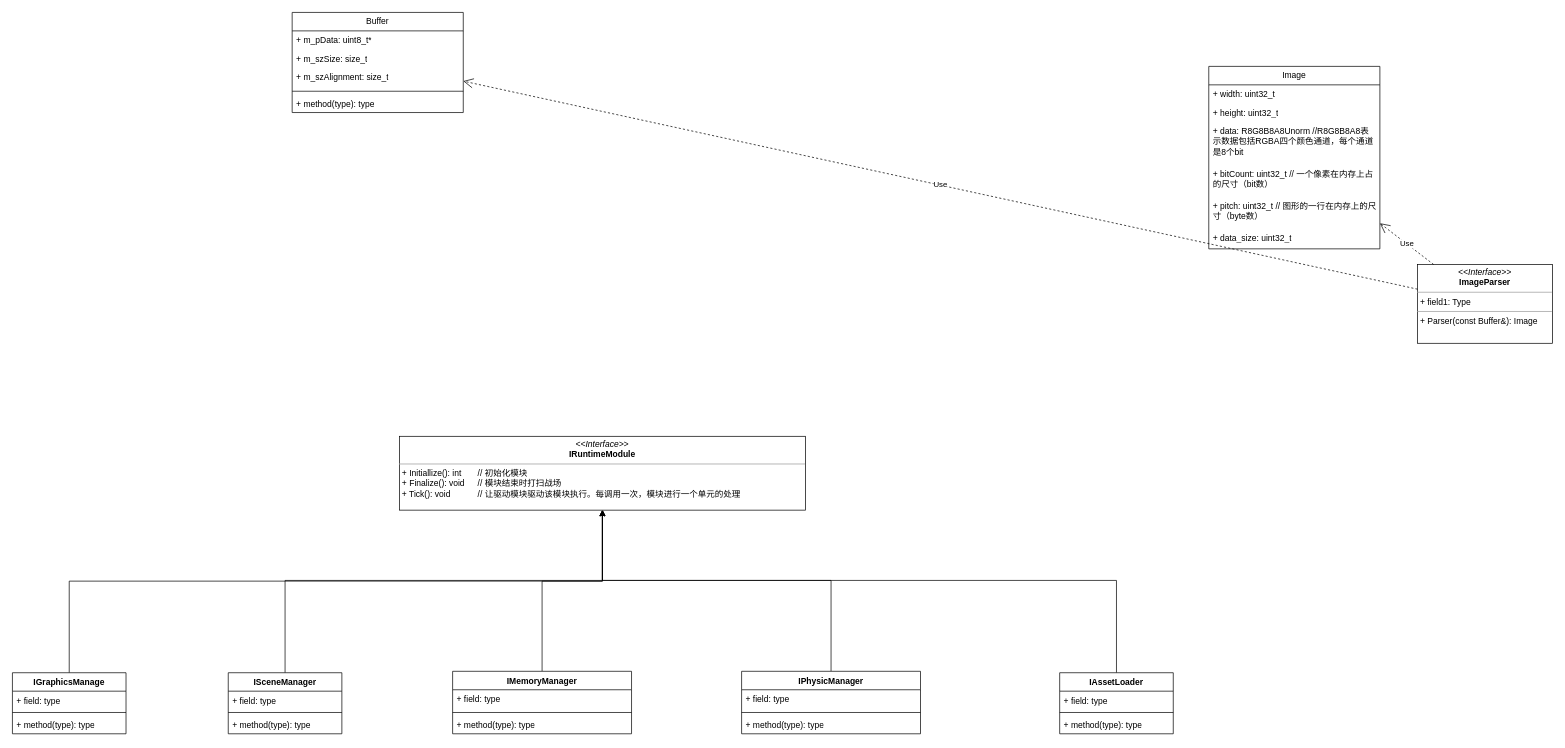
Before: page "总图" (1 of 7) of GameEngine.drawio in yzscodehub/Resource, a draw.io diagram. Source tidied: cells renumbered, new cells numbered last; positions are measured from the earlier drawing's top-left corner, leaving out a move shared by most shapes. Both pictures are drawn from the tidied source at 71%, with x=0, y=0 at pixel (12, 12).
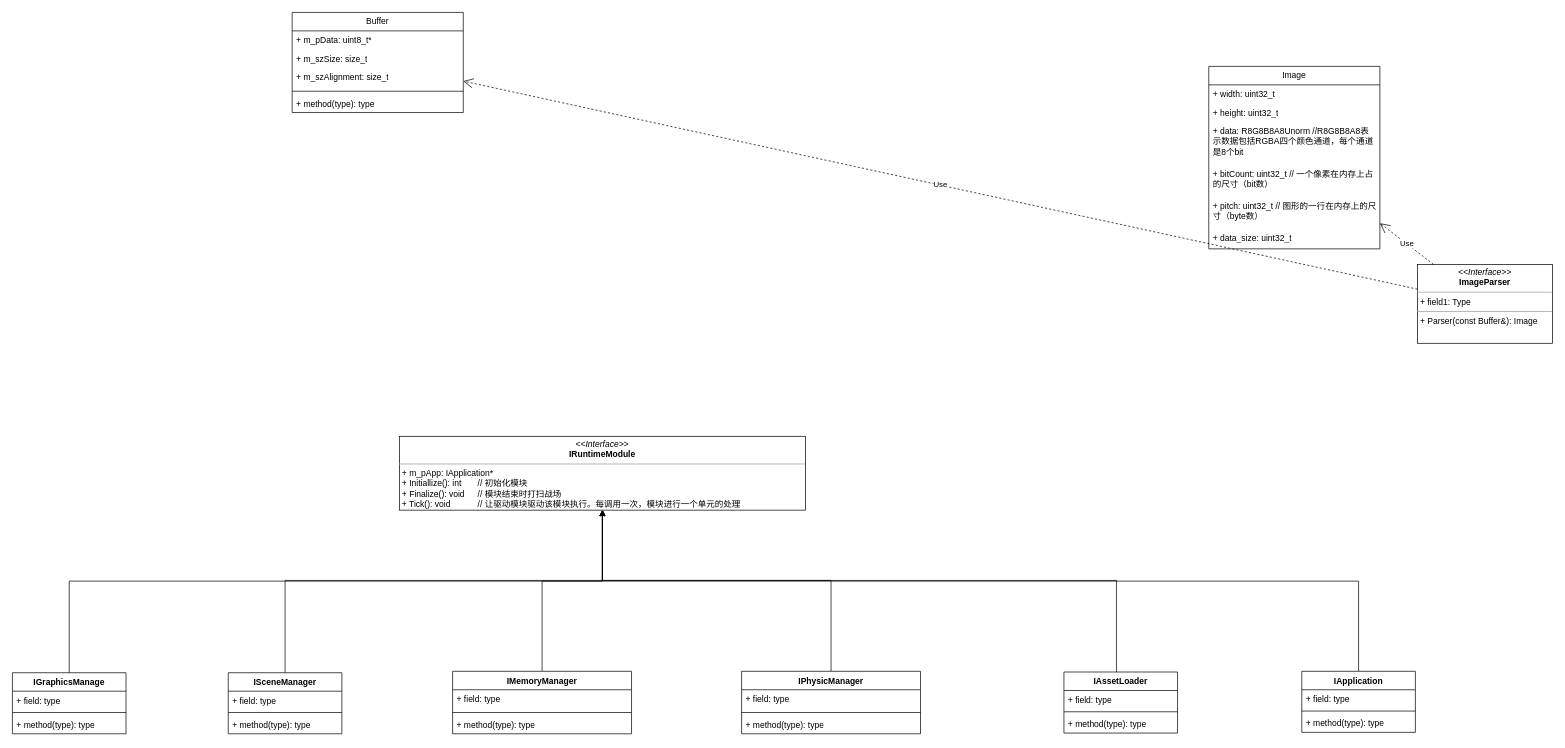
Above is the later version.

The edit, as a diff of the source:
```diff
@@
-    <mxCell id="2" value="&lt;p style=&quot;margin:0px;margin-top:4px;text-align:center;&quot;&gt;&lt;i&gt;&amp;lt;&amp;lt;Interface&amp;gt;&amp;gt;&lt;/i&gt;&lt;br&gt;&lt;b&gt;IRuntimeModule&lt;/b&gt;&lt;/p&gt;&lt;hr size=&quot;1&quot;&gt;&lt;p style=&quot;margin:0px;margin-left:4px;&quot;&gt;+ Initiallize(): int&amp;nbsp;&lt;span style=&quot;&quot;&gt;&lt;span style=&quot;white-space: pre;&quot;&gt;&amp;nbsp;&amp;nbsp;&amp;nbsp;&amp;nbsp;&lt;span style=&quot;white-space: pre;&quot;&gt;&#9;&lt;/span&gt;&lt;/span&gt;&lt;/span&gt;// 初始化模块&lt;br&gt;+ Finalize(): void&lt;span style=&quot;&quot;&gt;&lt;span style=&quot;white-space: pre;&quot;&gt;&amp;nbsp;&amp;nbsp;&amp;nbsp;&lt;span style=&quot;white-space: pre;&quot;&gt;&#9;&lt;/span&gt;&lt;/span&gt;&lt;/span&gt;// 模块结束时打扫战场&lt;/p&gt;&lt;p style=&quot;margin:0px;margin-left:4px;&quot;&gt;+ Tick(): void&amp;nbsp;&lt;span style=&quot;&quot;&gt;&lt;span style=&quot;white-space: pre;&quot;&gt;&amp;nbsp;&amp;nbsp;&amp;nbsp;&amp;nbsp;&lt;/span&gt;&lt;/span&gt;&lt;span style=&quot;&quot;&gt;&lt;span style=&quot;white-space: pre;&quot;&gt;&amp;nbsp;&amp;nbsp;&amp;nbsp;&amp;nbsp;&lt;span style=&quot;white-space: pre;&quot;&gt;&#9;&lt;/span&gt;&lt;/span&gt;&lt;/span&gt;// 让驱动模块驱动该模块执行。每调用一次，模块进行一个单元的处理&lt;/p&gt;" style="verticalAlign=top;align=left;overflow=fill;fontSize=12;fontFamily=Helvetica;html=1;whiteSpace=wrap;" parent="1" vertex="1">
+    <mxCell id="2" value="&lt;p style=&quot;margin:0px;margin-top:4px;text-align:center;&quot;&gt;&lt;i&gt;&amp;lt;&amp;lt;Interface&amp;gt;&amp;gt;&lt;/i&gt;&lt;br&gt;&lt;b&gt;IRuntimeModule&lt;/b&gt;&lt;/p&gt;&lt;hr size=&quot;1&quot;&gt;&lt;p style=&quot;margin:0px;margin-left:4px;&quot;&gt;+ m_pApp: IApplication*&lt;/p&gt;&lt;p style=&quot;margin:0px;margin-left:4px;&quot;&gt;+ Initiallize(): int&amp;nbsp;&lt;span style=&quot;&quot;&gt;&lt;span style=&quot;white-space: pre;&quot;&gt;&amp;nbsp;&amp;nbsp;&amp;nbsp;&amp;nbsp;&lt;span style=&quot;white-space: pre;&quot;&gt;&#9;&lt;/span&gt;&lt;/span&gt;&lt;/span&gt;// 初始化模块&lt;br&gt;+ Finalize(): void&lt;span style=&quot;&quot;&gt;&lt;span style=&quot;white-space: pre;&quot;&gt;&amp;nbsp;&amp;nbsp;&amp;nbsp;&lt;span style=&quot;white-space: pre;&quot;&gt;&#9;&lt;/span&gt;&lt;/span&gt;&lt;/span&gt;// 模块结束时打扫战场&lt;/p&gt;&lt;p style=&quot;margin:0px;margin-left:4px;&quot;&gt;+ Tick(): void&amp;nbsp;&lt;span style=&quot;&quot;&gt;&lt;span style=&quot;white-space: pre;&quot;&gt;&amp;nbsp;&amp;nbsp;&amp;nbsp;&amp;nbsp;&lt;/span&gt;&lt;/span&gt;&lt;span style=&quot;&quot;&gt;&lt;span style=&quot;white-space: pre;&quot;&gt;&amp;nbsp;&amp;nbsp;&amp;nbsp;&amp;nbsp;&lt;span style=&quot;white-space: pre;&quot;&gt;&#9;&lt;/span&gt;&lt;/span&gt;&lt;/span&gt;// 让驱动模块驱动该模块执行。每调用一次，模块进行一个单元的处理&lt;/p&gt;" style="verticalAlign=top;align=left;overflow=fill;fontSize=12;fontFamily=Helvetica;html=1;whiteSpace=wrap;" parent="1" vertex="1">
       <mxGeometry x="545" y="597" width="572" height="104" as="geometry" />
     </mxCell>
@@
     <mxCell id="35" value="IAssetLoader" style="swimlane;fontStyle=1;align=center;verticalAlign=top;horizontal=1;startSize=26;whiteSpace=wrap;html=1;" parent="1" vertex="1">
-      <mxGeometry x="1475" y="930" width="160" height="86" as="geometry" />
+      <mxGeometry x="1481" y="929" width="160" height="86" as="geometry" />
     </mxCell>
@@
+    <mxCell id="44" style="edgeStyle=orthogonalEdgeStyle;rounded=0;jettySize=auto;html=1;" parent="1" edge="1" source="45" target="2">
+      <mxGeometry relative="1" as="geometry">
+        <Array as="points">
+          <mxPoint x="1896" y="801" />
+          <mxPoint x="831" y="801" />
+        </Array>
+      </mxGeometry>
+    </mxCell>
+    <mxCell id="45" value="IApplication" style="swimlane;fontStyle=1;align=center;verticalAlign=top;horizontal=1;startSize=26;whiteSpace=wrap;html=1;" parent="1" vertex="1">
+      <mxGeometry x="1816" y="928" width="160" height="86" as="geometry" />
+    </mxCell>
+    <mxCell id="46" value="+ field: type" style="text;strokeColor=none;fillColor=none;align=left;verticalAlign=top;spacingLeft=4;spacingRight=4;overflow=hidden;whiteSpace=wrap;html=1;" parent="45" vertex="1">
+      <mxGeometry y="26" width="160" height="26" as="geometry" />
+    </mxCell>
+    <mxCell id="47" style="line;strokeWidth=1;fillColor=none;align=left;verticalAlign=middle;spacingTop=-1;spacingLeft=3;spacingRight=3;labelPosition=right;strokeColor=inherit;" parent="45" vertex="1">
+      <mxGeometry y="52" width="160" height="8" as="geometry" />
+    </mxCell>
+    <mxCell id="48" value="+ method(type): type" style="text;strokeColor=none;fillColor=none;align=left;verticalAlign=top;spacingLeft=4;spacingRight=4;overflow=hidden;whiteSpace=wrap;html=1;" parent="45" vertex="1">
+      <mxGeometry y="60" width="160" height="26" as="geometry" />
+    </mxCell>
```
